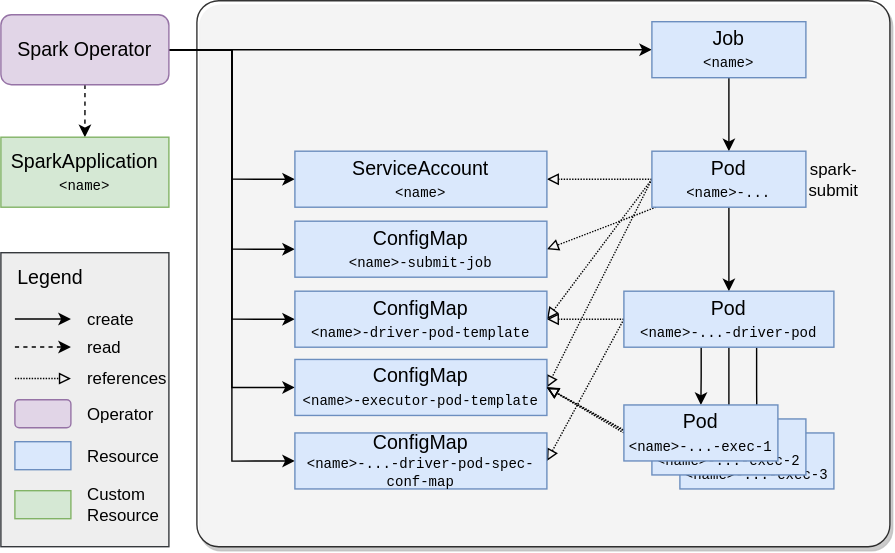
stackabletech/spark-k8s-operator keeps this draw.io diagram as docs/modules/spark-k8s/images/spark_overview.drawio.svg. Above is the earlier version. Source tidied: cells renumbered, new cells last; positions are measured from the earlier drawing's top-left corner, leaving out a move shared by most shapes.
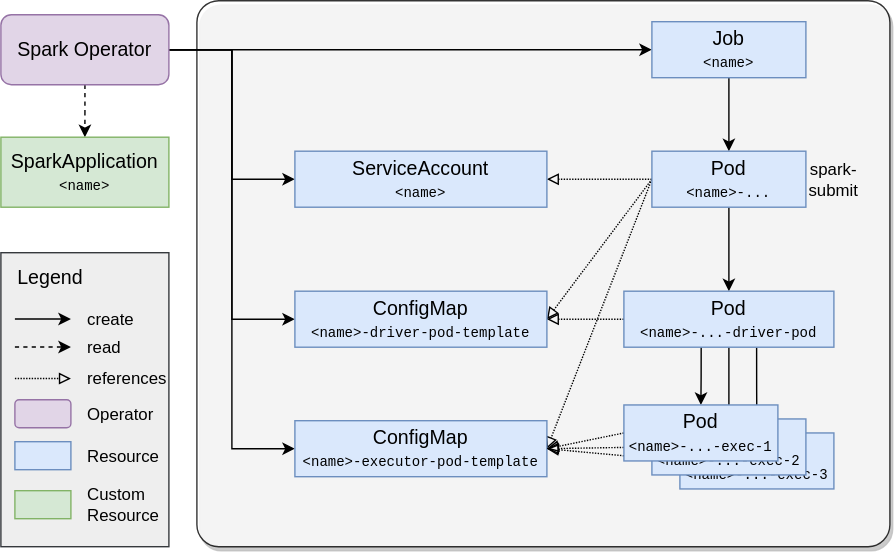
The same file after the commit.

Commit message:
Removed some clutter from the diagram

What changed in the source:
```diff
@@ -11,18 +11,12 @@
     <mxCell id="4" style="edgeStyle=orthogonalEdgeStyle;rounded=0;jettySize=auto;html=1;entryX=0.5;entryY=0;entryDx=0;entryDy=0;dashed=1;" parent="1" edge="1" source="11" target="12">
       <mxGeometry relative="1" as="geometry" />
     </mxCell>
-    <mxCell id="5" style="edgeStyle=orthogonalEdgeStyle;rounded=0;jettySize=auto;html=1;exitX=1;exitY=0.5;exitDx=0;exitDy=0;entryX=0;entryY=0.5;entryDx=0;entryDy=0;" parent="1" edge="1" source="11" target="42">
-      <mxGeometry relative="1" as="geometry" />
-    </mxCell>
     <mxCell id="6" style="edgeStyle=orthogonalEdgeStyle;rounded=0;jettySize=auto;html=1;exitX=1;exitY=0.5;exitDx=0;exitDy=0;entryX=0;entryY=0.5;entryDx=0;entryDy=0;" parent="1" edge="1" source="11" target="40">
       <mxGeometry relative="1" as="geometry" />
     </mxCell>
     <mxCell id="7" style="edgeStyle=orthogonalEdgeStyle;rounded=0;jettySize=auto;html=1;exitX=1;exitY=0.5;exitDx=0;exitDy=0;entryX=0;entryY=0.5;entryDx=0;entryDy=0;" parent="1" edge="1" source="11" target="41">
       <mxGeometry relative="1" as="geometry" />
     </mxCell>
-    <mxCell id="8" style="edgeStyle=orthogonalEdgeStyle;rounded=0;jettySize=auto;html=1;exitX=1;exitY=0.5;exitDx=0;exitDy=0;entryX=0;entryY=0.5;entryDx=0;entryDy=0;" parent="1" edge="1" source="11" target="43">
-      <mxGeometry relative="1" as="geometry" />
-    </mxCell>
     <mxCell id="9" style="edgeStyle=orthogonalEdgeStyle;rounded=0;jettySize=auto;html=1;exitX=1;exitY=0.5;exitDx=0;exitDy=0;entryX=0;entryY=0.5;entryDx=0;entryDy=0;" parent="1" edge="1" source="11" target="51">
       <mxGeometry relative="1" as="geometry" />
     </mxCell>
@@ -92,9 +86,6 @@
     <mxCell id="28" style="rounded=0;jettySize=auto;html=1;entryX=0.5;entryY=0;entryDx=0;entryDy=0;" parent="1" edge="1" source="33" target="39">
       <mxGeometry relative="1" as="geometry" />
     </mxCell>
-    <mxCell id="29" style="rounded=0;jettySize=auto;html=1;entryX=1;entryY=0.5;entryDx=0;entryDy=0;dashed=1;dashPattern=1 1;endArrow=block;endFill=0;" parent="1" edge="1" source="33" target="42">
-      <mxGeometry relative="1" as="geometry" />
-    </mxCell>
     <mxCell id="30" style="rounded=0;jettySize=auto;html=1;exitX=0;exitY=0.5;exitDx=0;exitDy=0;entryX=1;entryY=0.5;entryDx=0;entryDy=0;dashed=1;dashPattern=1 1;endArrow=block;endFill=0;" parent="1" edge="1" source="33" target="40">
       <mxGeometry relative="1" as="geometry" />
     </mxCell>
@@ -119,9 +110,6 @@
     <mxCell id="37" style="rounded=0;jettySize=auto;html=1;exitX=0;exitY=0.5;exitDx=0;exitDy=0;entryX=1;entryY=0.5;entryDx=0;entryDy=0;dashed=1;dashPattern=1 1;endArrow=block;endFill=0;" parent="1" edge="1" source="39" target="40">
       <mxGeometry relative="1" as="geometry" />
     </mxCell>
-    <mxCell id="38" style="rounded=0;jettySize=auto;html=1;exitX=0;exitY=0.5;exitDx=0;exitDy=0;entryX=1;entryY=0.5;entryDx=0;entryDy=0;endArrow=block;endFill=0;dashed=1;dashPattern=1 1;" parent="1" edge="1" source="39" target="43">
-      <mxGeometry relative="1" as="geometry" />
-    </mxCell>
     <mxCell id="39" value="Pod&lt;br&gt;&lt;div&gt;&lt;font face=&quot;Courier New&quot; style=&quot;font-size: 10px;&quot;&gt;&amp;lt;name&amp;gt;-...-driver-pod&lt;/font&gt;&lt;/div&gt;" style="rounded=0;whiteSpace=wrap;html=1;fillColor=#dae8fc;strokeColor=#6c8ebf;fontSize=14;" parent="1" vertex="1">
       <mxGeometry x="445" y="207.5" width="150" height="40" as="geometry" />
     </mxCell>
@@ -129,14 +117,8 @@
       <mxGeometry x="210" y="207.5" width="180" height="40" as="geometry" />
     </mxCell>
     <mxCell id="41" value="ConfigMap&lt;br&gt;&lt;div&gt;&lt;font face=&quot;Courier New&quot; style=&quot;font-size: 10px;&quot;&gt;&amp;lt;name&amp;gt;-executor-pod-template&lt;/font&gt;&lt;/div&gt;" style="rounded=0;whiteSpace=wrap;html=1;fillColor=#dae8fc;strokeColor=#6c8ebf;fontSize=14;" parent="1" vertex="1">
-      <mxGeometry x="210" y="256.2" width="180" height="40" as="geometry" />
+      <mxGeometry x="210" y="300" width="180" height="40" as="geometry" />
     </mxCell>
-    <mxCell id="42" value="ConfigMap&lt;br&gt;&lt;div&gt;&lt;font face=&quot;Courier New&quot; style=&quot;font-size: 10px;&quot;&gt;&amp;lt;name&amp;gt;-submit-job&lt;/font&gt;&lt;/div&gt;" style="rounded=0;whiteSpace=wrap;html=1;fillColor=#dae8fc;strokeColor=#6c8ebf;fontSize=14;" parent="1" vertex="1">
-      <mxGeometry x="210" y="157.5" width="180" height="40" as="geometry" />
-    </mxCell>
-    <mxCell id="43" value="ConfigMap&lt;br&gt;&lt;div style=&quot;font-size: 10px;&quot;&gt;&lt;font face=&quot;Courier New&quot; style=&quot;font-size: 10px;&quot;&gt;&amp;lt;name&amp;gt;-...-driver-pod-spec-conf-map&lt;/font&gt;&lt;/div&gt;" style="rounded=0;whiteSpace=wrap;html=1;fillColor=#dae8fc;strokeColor=#6c8ebf;fontSize=14;" parent="1" vertex="1">
-      <mxGeometry x="210" y="308.8" width="180" height="40" as="geometry" />
-    </mxCell>
     <mxCell id="44" style="rounded=0;jettySize=auto;html=1;exitX=0;exitY=0.5;exitDx=0;exitDy=0;entryX=1;entryY=0.5;entryDx=0;entryDy=0;dashed=1;dashPattern=1 1;endArrow=block;endFill=0;" parent="1" edge="1" source="45" target="41">
       <mxGeometry relative="1" as="geometry" />
     </mxCell>
```
